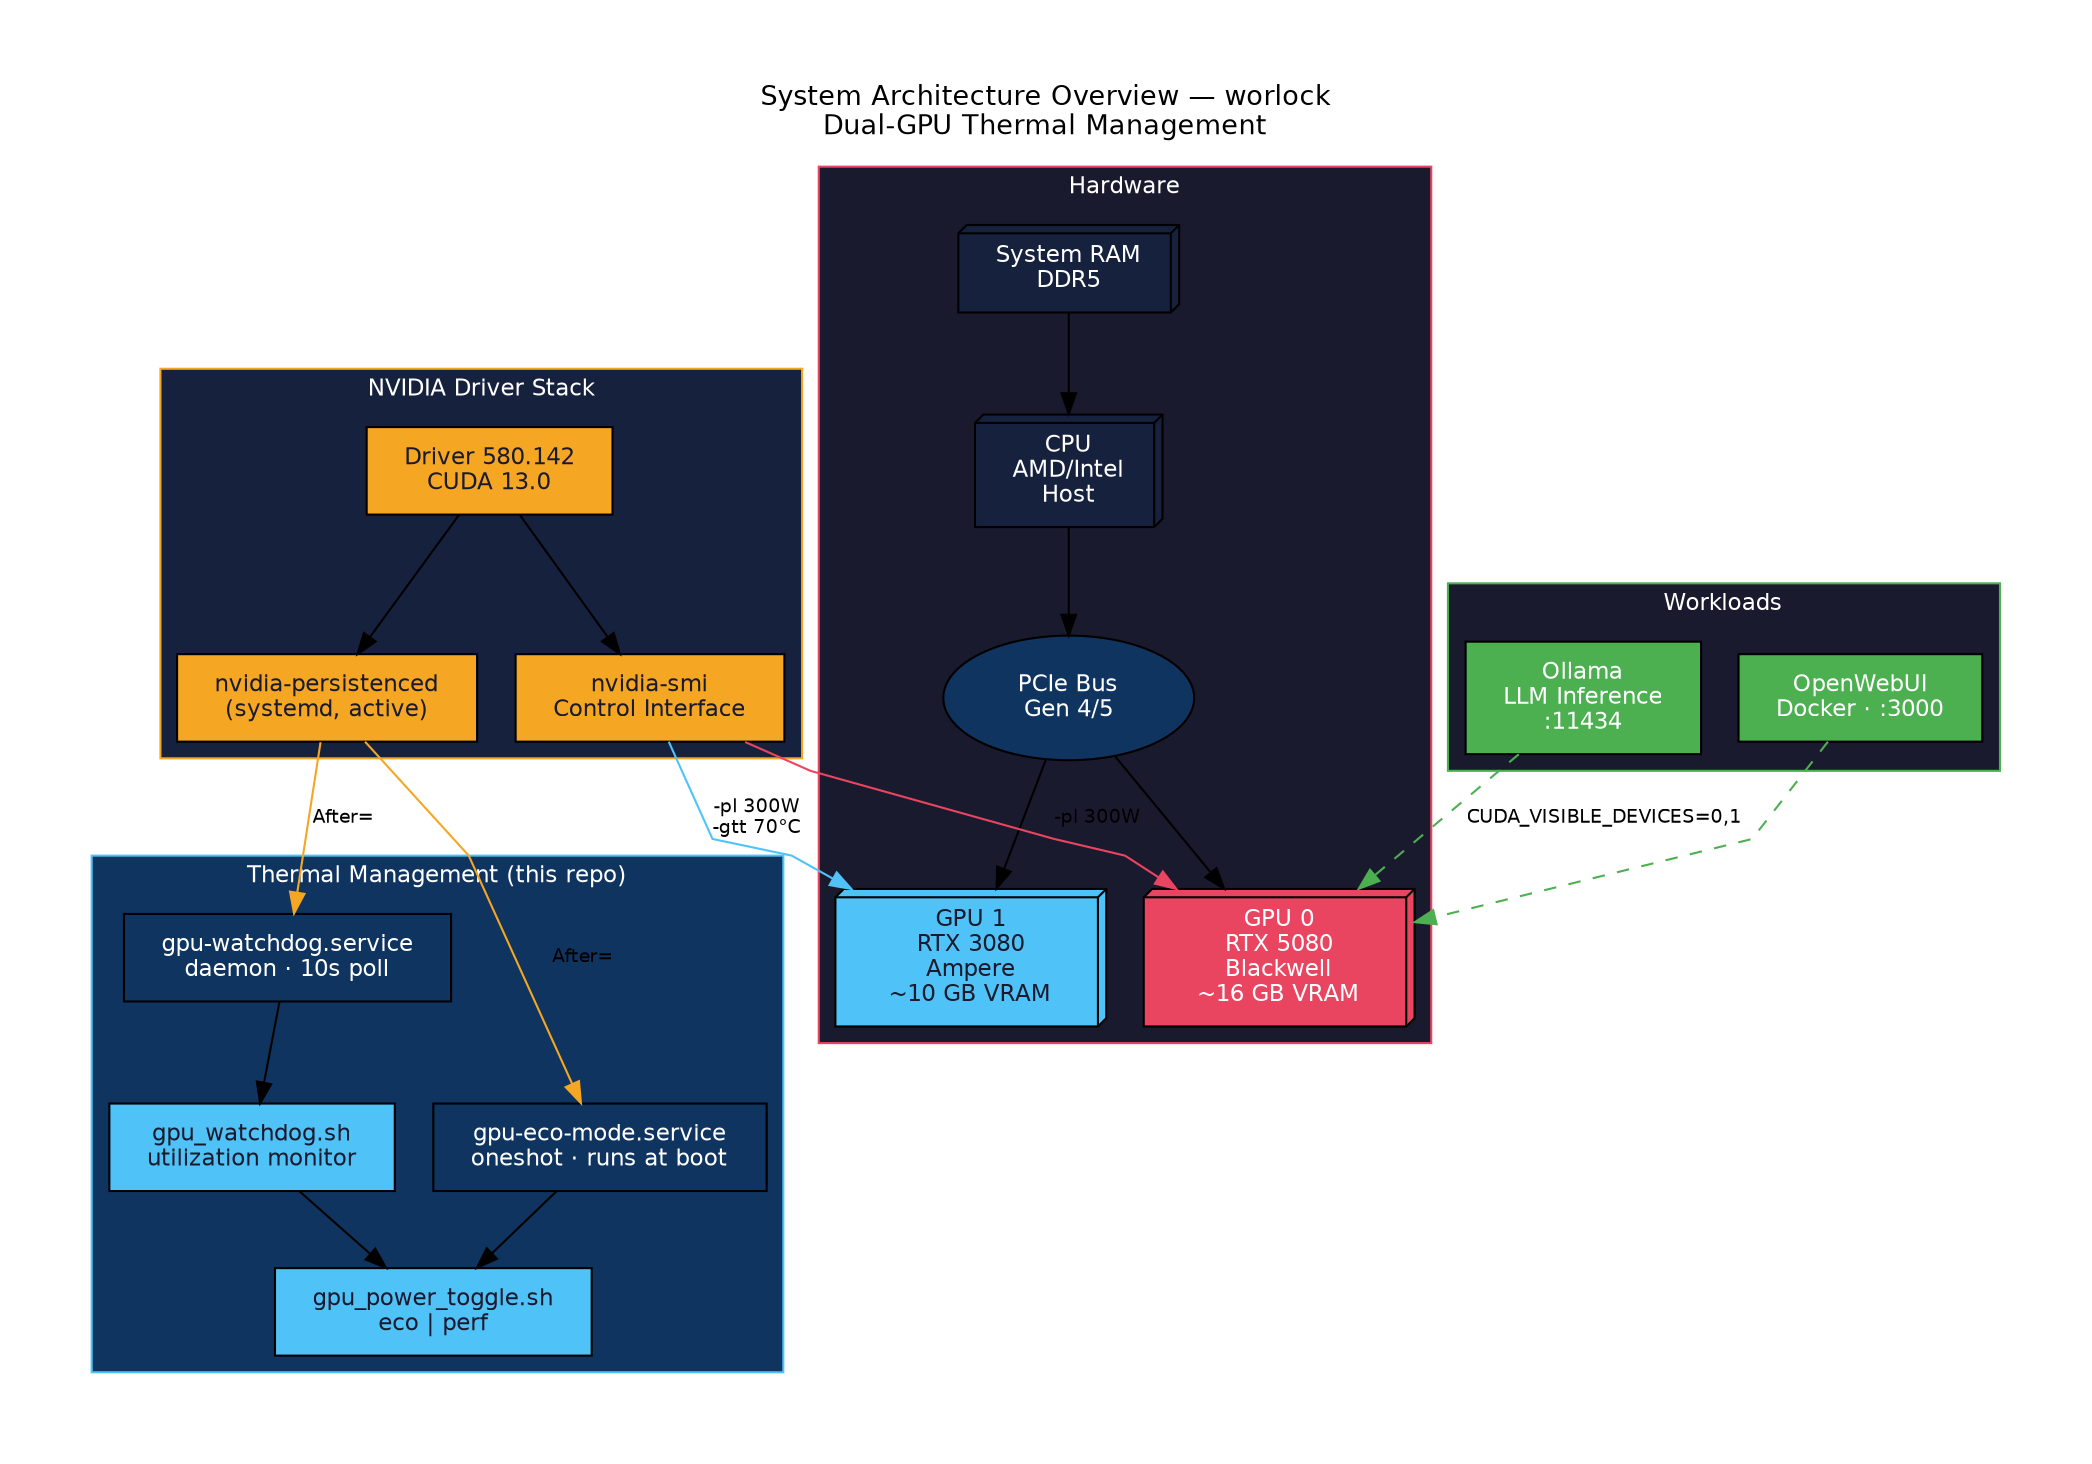
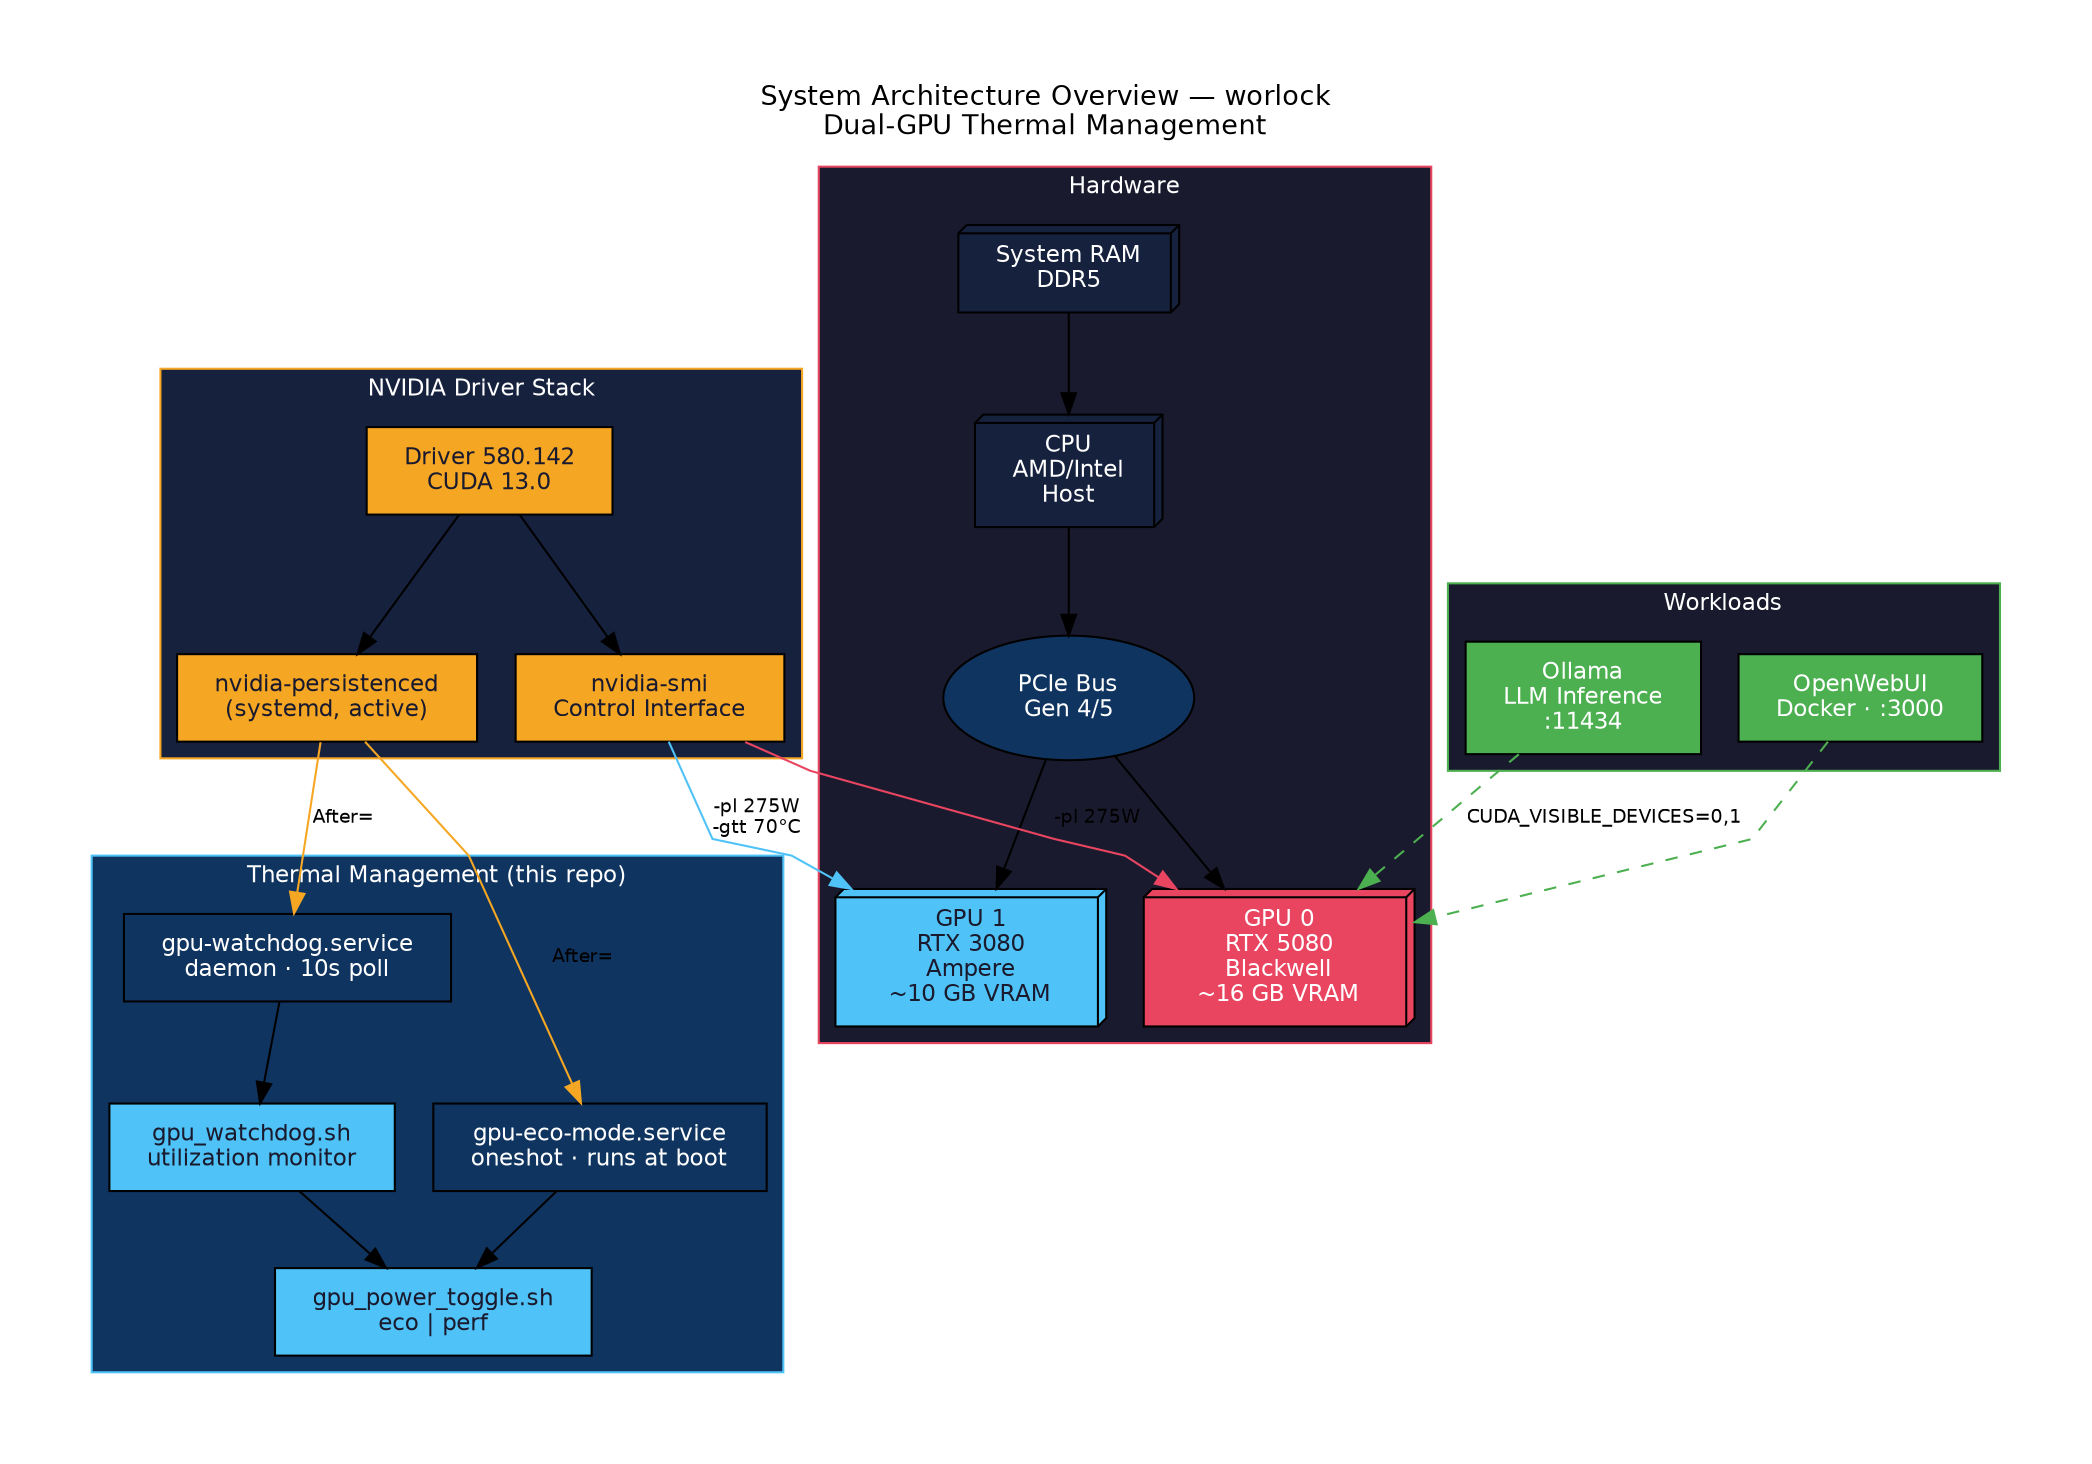
digraph SystemOverview {
    rankdir=TB;
    graph [fontname="Helvetica", fontsize=13, label="System Architecture Overview — worlock\nDual-GPU Thermal Management", labelloc=t, pad=0.5, splines=polyline];
    node  [fontname="Helvetica", fontsize=11, style=filled, shape=box, margin="0.25,0.12"];
    edge  [fontname="Helvetica", fontsize=9];

    // Hardware layer
    subgraph cluster_hw {
        label="Hardware"; style=filled; fillcolor="#1a1a2e"; color="#e94560"; fontcolor=white; fontname="Helvetica"; fontsize=11;

        CPU   [label="CPU\nAMD/Intel\nHost", shape=box3d, fillcolor="#16213e", fontcolor=white];
        RAM   [label="System RAM\nDDR5", shape=box3d, fillcolor="#16213e", fontcolor=white];
        PCIE  [label="PCIe Bus\nGen 4/5", shape=ellipse, fillcolor="#0f3460", fontcolor=white];
        GPU0  [label="GPU 0\nRTX 5080\nBlackwell\n~16 GB VRAM", shape=box3d, fillcolor="#e94560", fontcolor=white, width=1.8];
        GPU1  [label="GPU 1\nRTX 3080\nAmpere\n~10 GB VRAM", shape=box3d, fillcolor="#4fc3f7", fontcolor="#1a1a2e", width=1.8];

        CPU -> PCIE;
        RAM -> CPU;
        PCIE -> GPU0;
        PCIE -> GPU1;
    }

    // Driver layer
    subgraph cluster_driver {
        label="NVIDIA Driver Stack"; style=filled; fillcolor="#16213e"; color="#f5a623"; fontcolor=white; fontname="Helvetica"; fontsize=11;

        DRV   [label="Driver 580.142\nCUDA 13.0", fillcolor="#f5a623", fontcolor="#1a1a2e"];
        PERSD [label="nvidia-persistenced\n(systemd, active)", fillcolor="#f5a623", fontcolor="#1a1a2e"];
        NSMI  [label="nvidia-smi\nControl Interface", fillcolor="#f5a623", fontcolor="#1a1a2e"];

        DRV -> PERSD;
        DRV -> NSMI;
    }

    // Thermal management layer
    subgraph cluster_thermal {
        label="Thermal Management (this repo)"; style=filled; fillcolor="#0f3460"; color="#4fc3f7"; fontcolor=white; fontname="Helvetica"; fontsize=11;

        ECO   [label="gpu-eco-mode.service\noneshot · runs at boot", fillcolor="#0f3460", fontcolor=white];
        WD    [label="gpu-watchdog.service\ndaemon · 10s poll", fillcolor="#0f3460", fontcolor=white];
        TOG   [label="gpu_power_toggle.sh\neco | perf", fillcolor="#4fc3f7", fontcolor="#1a1a2e"];
        WDSH  [label="gpu_watchdog.sh\nutilization monitor", fillcolor="#4fc3f7", fontcolor="#1a1a2e"];

        ECO -> TOG;
        WD  -> WDSH;
        WDSH -> TOG;
    }

    // Workload layer
    subgraph cluster_workload {
        label="Workloads"; style=filled; fillcolor="#1a1a2e"; color="#4caf50"; fontcolor=white; fontname="Helvetica"; fontsize=11;

        OLLAMA [label="Ollama\nLLM Inference\n:11434", fillcolor="#4caf50", fontcolor=white];
        DOCKER [label="OpenWebUI\nDocker · :3000", fillcolor="#4caf50", fontcolor=white];

        OLLAMA -> GPU0 [style=dashed, color="#4caf50", label="CUDA_VISIBLE_DEVICES=0,1"];
        DOCKER -> GPU0 [style=dashed, color="#4caf50"];
    }

    // Cross-layer edges
    PERSD -> ECO  [label="After=", color="#f5a623"];
    PERSD -> WD   [label="After=", color="#f5a623"];
-     NSMI  -> GPU0 [label="-pl 300W", color="#e94560"];
-     NSMI  -> GPU1 [label="-pl 300W\n-gtt 70°C", color="#4fc3f7"];
+     NSMI  -> GPU0 [label="-pl 275W", color="#e94560"];
+     NSMI  -> GPU1 [label="-pl 275W\n-gtt 70°C", color="#4fc3f7"];
}
